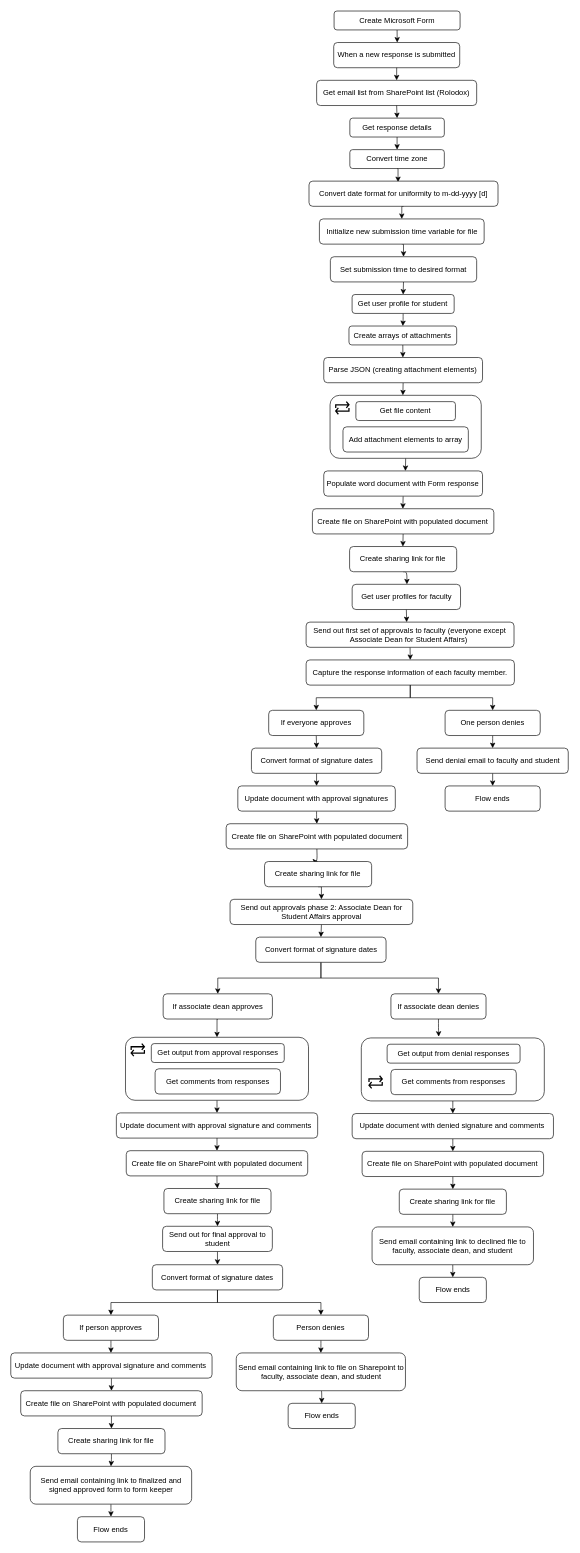
This is LoA_Workflow_Diagram.drawio from DianaJimenez23/Leave-of-Absence-Request-Form-Automation, a draw.io file, before an edit. Source tidied: cells renumbered, new cells numbered last; positions are measured from the earlier drawing's top-left corner, leaving out a move shared by most shapes. Both pictures are drawn from the tidied source at 63%, with x=0, y=0 at pixel (11, 11).
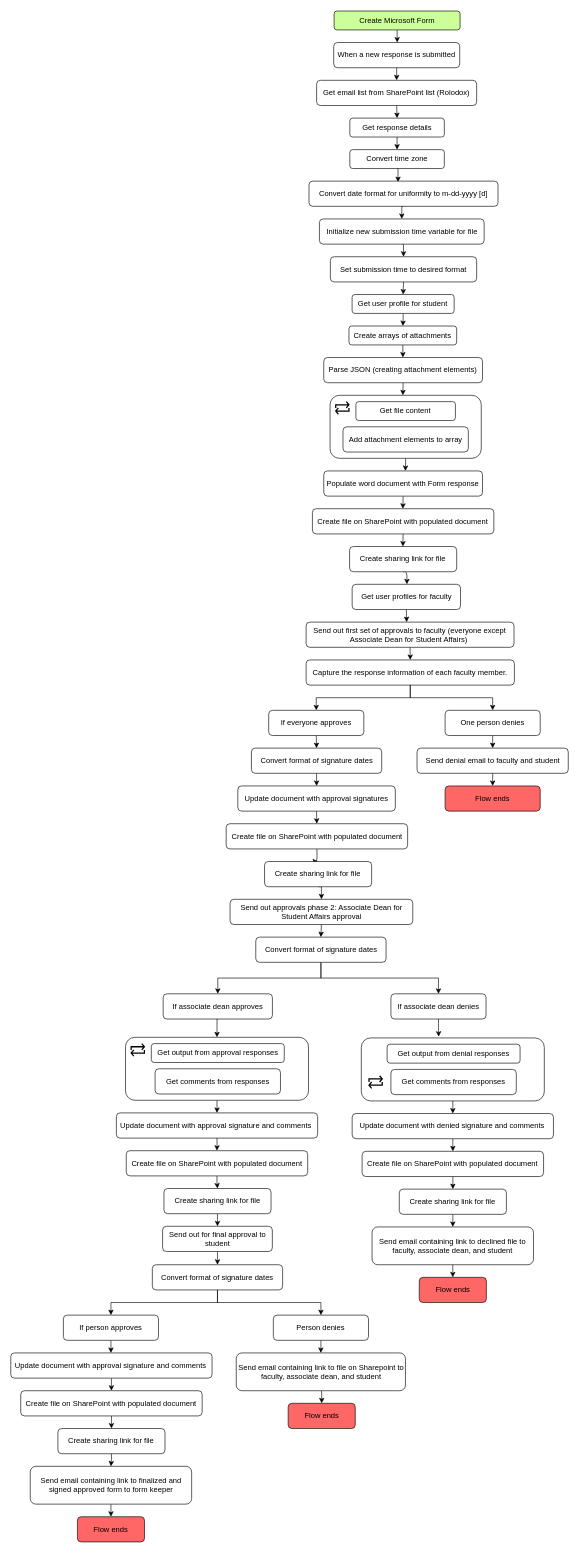
The same diagram, later.

The edit, as a diff of the source:
```diff
@@
-    <mxCell id="11" value="Create Microsoft Form" style="whiteSpace=wrap;html=1;rounded=1;" parent="1" vertex="1">
+    <mxCell id="11" value="Create Microsoft Form" style="whiteSpace=wrap;html=1;rounded=1;fillColor=#CCFF99;" parent="1" vertex="1">
       <mxGeometry x="512.8" width="200" height="30" as="geometry" />
     </mxCell>
@@
-    <mxCell id="75" value="Flow ends" style="whiteSpace=wrap;html=1;rounded=1;" parent="1" vertex="1">
+    <mxCell id="75" value="Flow ends" style="whiteSpace=wrap;html=1;rounded=1;fillColor=#FF6666;" parent="1" vertex="1">
       <mxGeometry x="648" y="2010" width="106.5" height="40" as="geometry" />
     </mxCell>
@@
-    <mxCell id="90" value="Flow ends" style="whiteSpace=wrap;html=1;rounded=1;" parent="1" vertex="1">
+    <mxCell id="90" value="Flow ends" style="whiteSpace=wrap;html=1;rounded=1;fillColor=#FF6666;" parent="1" vertex="1">
       <mxGeometry x="105.4" y="2390" width="106.5" height="40" as="geometry" />
     </mxCell>
@@
-    <mxCell id="98" value="Flow ends" style="whiteSpace=wrap;html=1;rounded=1;" parent="1" vertex="1">
+    <mxCell id="98" value="Flow ends" style="whiteSpace=wrap;html=1;rounded=1;fillColor=#FF6666;" parent="1" vertex="1">
       <mxGeometry x="689" y="1230" width="151" height="40" as="geometry" />
     </mxCell>
-    <mxCell id="99" value="Flow ends" style="whiteSpace=wrap;html=1;rounded=1;" parent="1" vertex="1">
+    <mxCell id="99" value="Flow ends" style="whiteSpace=wrap;html=1;rounded=1;fillColor=#FF6666;" parent="1" vertex="1">
       <mxGeometry x="439.9" y="2210" width="106.5" height="40" as="geometry" />
     </mxCell>
```
